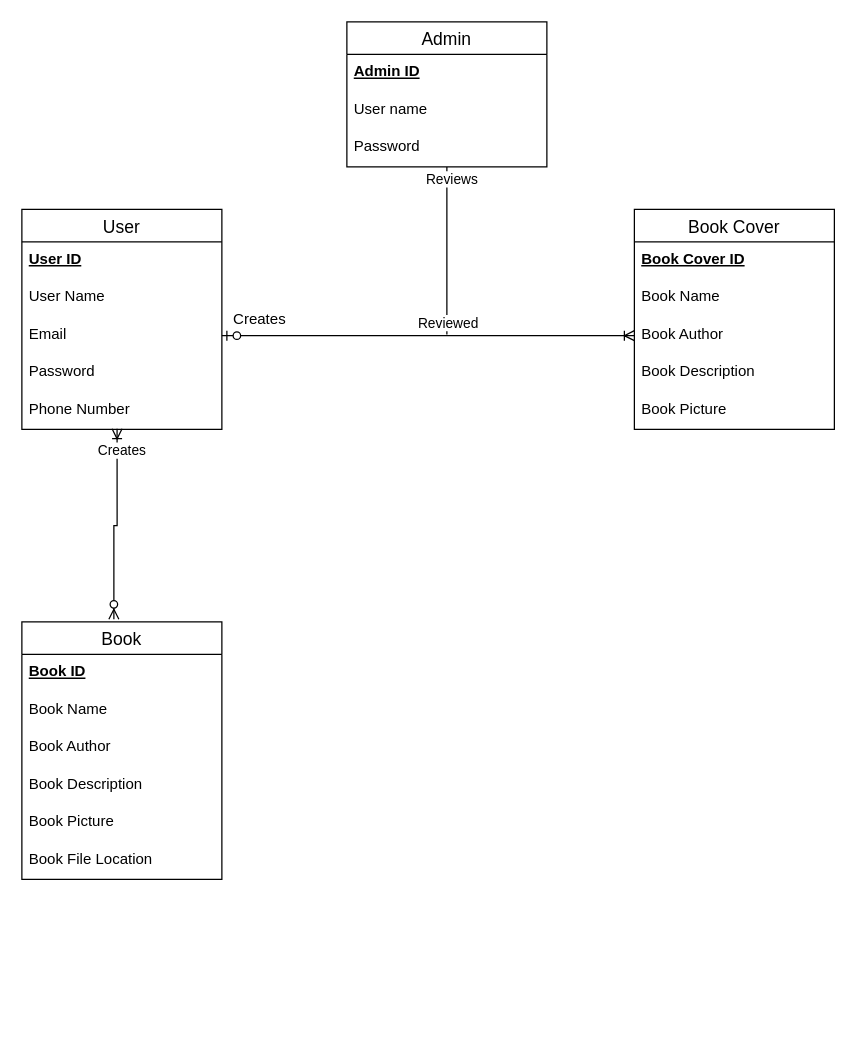
BenFSaks/CrossLibrary keeps this draw.io diagram as Untitled Diagram.drawio. Above is the earlier version. Source tidied: cells renumbered, new cells numbered last; positions are measured from the earlier drawing's top-left corner, leaving out a move shared by most shapes. Both pictures are drawn from the tidied source at 125%, with x=0, y=0 at pixel (21, 21).
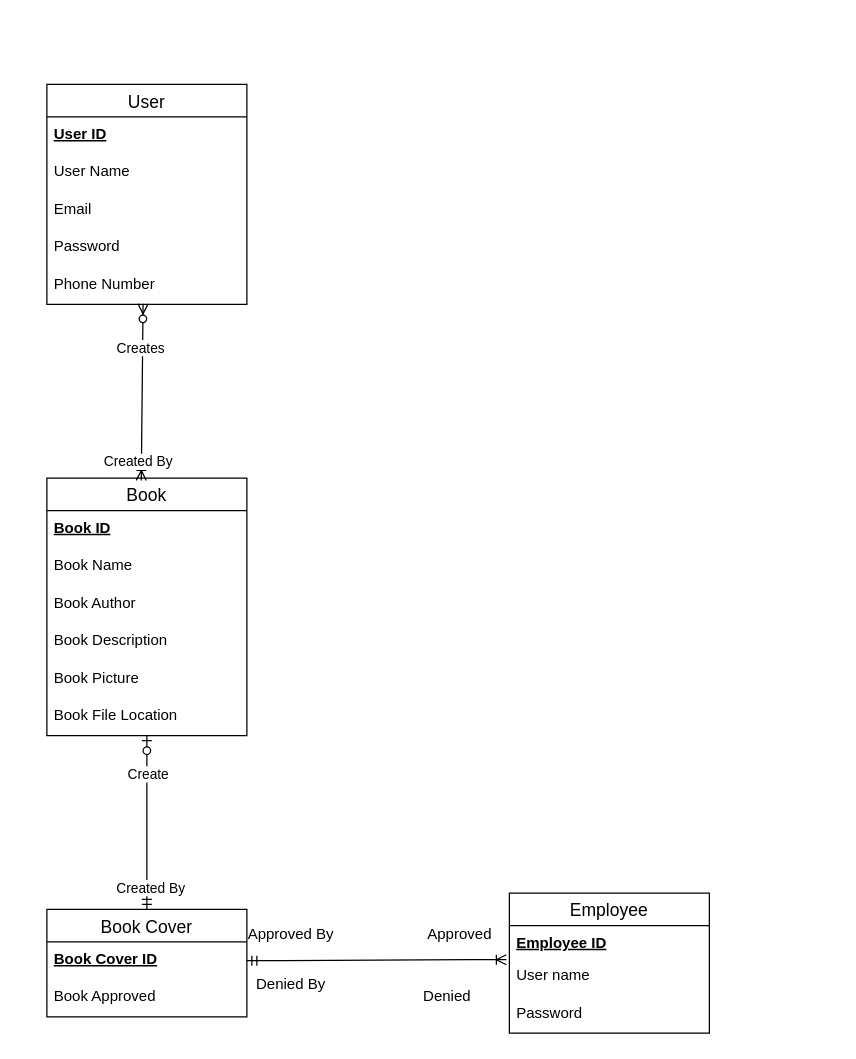
After the change.

Commit message:
Relationships added and 1 Entity Updated

Unchanged cells that the change refers to:
```xml
<mxCell id="5" value="Email" style="text;strokeColor=none;fillColor=none;spacingLeft=4;spacingRight=4;overflow=hidden;points=[[0,0.5],[1,0.5]];portConstraint=eastwest;fontSize=12;" parent="2" vertex="1">
  <mxGeometry y="86" width="160" height="30" as="geometry" />
</mxCell>
<mxCell id="7" value="Phone Number" style="text;strokeColor=none;fillColor=none;spacingLeft=4;spacingRight=4;overflow=hidden;points=[[0,0.5],[1,0.5]];portConstraint=eastwest;fontSize=12;" parent="2" vertex="1">
  <mxGeometry y="146" width="160" height="30" as="geometry" />
</mxCell>
<mxCell id="9" value="Book Cover ID" style="text;strokeColor=none;fillColor=none;spacingLeft=4;spacingRight=4;overflow=hidden;points=[[0,0.5],[1,0.5]];portConstraint=eastwest;fontSize=12;fontStyle=5;" parent="8" vertex="1">
  <mxGeometry y="26" width="160" height="30" as="geometry" />
</mxCell>
<mxCell id="20" value="Book File Location" style="text;strokeColor=none;fillColor=none;spacingLeft=4;spacingRight=4;overflow=hidden;points=[[0,0.5],[1,0.5]];portConstraint=eastwest;fontSize=12;" parent="14" vertex="1">
  <mxGeometry y="176" width="160" height="30" as="geometry" />
</mxCell>
```

Diff of the diagram source:
```diff
@@
     <mxCell id="2" value="User" style="swimlane;fontStyle=0;horizontal=1;startSize=26;align=center;fontSize=14;" parent="1" vertex="1">
-      <mxGeometry y="150" width="160" height="176" as="geometry" />
+      <mxGeometry x="20" y="50" width="160" height="176" as="geometry" />
     </mxCell>
@@
     <mxCell id="8" value="Book Cover" style="swimlane;fontStyle=0;horizontal=1;startSize=26;align=center;fontSize=14;" parent="1" vertex="1">
-      <mxGeometry x="490" y="150" width="160" height="176" as="geometry" />
+      <mxGeometry x="20" y="710" width="160" height="86" as="geometry" />
     </mxCell>
@@
-    <mxCell id="10" value="Book Name" style="text;strokeColor=none;fillColor=none;spacingLeft=4;spacingRight=4;overflow=hidden;fontSize=12;" parent="8" vertex="1">
+    <mxCell id="10" value="Book Approved" style="text;strokeColor=none;fillColor=none;spacingLeft=4;spacingRight=4;overflow=hidden;fontSize=12;" parent="8" vertex="1">
       <mxGeometry y="56" width="160" height="30" as="geometry" />
     </mxCell>
-    <mxCell id="11" value="Book Author" style="text;strokeColor=none;fillColor=none;spacingLeft=4;spacingRight=4;overflow=hidden;points=[[0,0.5],[1,0.5]];portConstraint=eastwest;fontSize=12;" parent="8" vertex="1">
-      <mxGeometry y="86" width="160" height="30" as="geometry" />
-    </mxCell>
-    <mxCell id="12" value="Book Description" style="text;strokeColor=none;fillColor=none;spacingLeft=4;spacingRight=4;overflow=hidden;fontSize=12;" parent="8" vertex="1">
-      <mxGeometry y="116" width="160" height="30" as="geometry" />
-    </mxCell>
-    <mxCell id="13" value="Book Picture" style="text;strokeColor=none;fillColor=none;spacingLeft=4;spacingRight=4;overflow=hidden;fontSize=12;" parent="8" vertex="1">
-      <mxGeometry y="146" width="160" height="30" as="geometry" />
-    </mxCell>
     <mxCell id="14" value="Book" style="swimlane;fontStyle=0;horizontal=1;startSize=26;align=center;fontSize=14;" parent="1" vertex="1">
-      <mxGeometry y="480" width="160" height="206" as="geometry" />
+      <mxGeometry x="20" y="365" width="160" height="206" as="geometry" />
     </mxCell>
@@
-    <mxCell id="21" value="Admin" style="swimlane;fontStyle=0;horizontal=1;startSize=26;align=center;fontSize=14;" parent="1" vertex="1">
-      <mxGeometry x="260" width="160" height="116" as="geometry" />
+    <mxCell id="21" value="Employee" style="swimlane;fontStyle=0;horizontal=1;startSize=26;align=center;fontSize=14;" parent="1" vertex="1">
+      <mxGeometry x="390" y="697" width="160" height="112" as="geometry" />
     </mxCell>
-    <mxCell id="22" value="Admin ID" style="text;strokeColor=none;fillColor=none;spacingLeft=4;spacingRight=4;overflow=hidden;points=[[0,0.5],[1,0.5]];portConstraint=eastwest;fontSize=12;fontStyle=5;" parent="21" vertex="1">
-      <mxGeometry y="26" width="160" height="30" as="geometry" />
+    <mxCell id="22" value="Employee ID" style="text;strokeColor=none;fillColor=none;spacingLeft=4;spacingRight=4;overflow=hidden;points=[[0,0.5],[1,0.5]];portConstraint=eastwest;fontSize=12;fontStyle=5;" parent="21" vertex="1">
+      <mxGeometry y="26" width="160" height="26" as="geometry" />
     </mxCell>
     <mxCell id="23" value="User name" style="text;strokeColor=none;fillColor=none;spacingLeft=4;spacingRight=4;overflow=hidden;fontSize=12;" parent="21" vertex="1">
-      <mxGeometry y="56" width="160" height="30" as="geometry" />
+      <mxGeometry y="52" width="160" height="30" as="geometry" />
     </mxCell>
     <mxCell id="24" value="Password" style="text;strokeColor=none;fillColor=none;spacingLeft=4;spacingRight=4;overflow=hidden;points=[[0,0.5],[1,0.5]];portConstraint=eastwest;fontSize=12;" parent="21" vertex="1">
-      <mxGeometry y="86" width="160" height="30" as="geometry" />
+      <mxGeometry y="82" width="160" height="30" as="geometry" />
     </mxCell>
-    <mxCell id="25" style="edgeStyle=entityRelationEdgeStyle;fontSize=12;html=1;endArrow=ERoneToMany;startArrow=ERzeroToOne;rounded=0;exitX=1;exitY=0.5;exitDx=0;exitDy=0;entryX=0;entryY=0.5;entryDx=0;entryDy=0;" parent="1" edge="1" source="5" target="11">
-      <mxGeometry relative="1" as="geometry" />
-    </mxCell>
-    <mxCell id="26" value="Creates" style="text;html=1;align=center;verticalAlign=middle;strokeColor=none;fillColor=none;" parent="1" vertex="1">
-      <mxGeometry x="160" y="228" width="60" height="20" as="geometry" />
-    </mxCell>
-    <mxCell id="27" style="edgeStyle=orthogonalEdgeStyle;fontSize=12;html=1;endArrow=ERoneToMany;startArrow=ERzeroToMany;rounded=0;entryX=0.476;entryY=0.983;entryDx=0;entryDy=0;entryPerimeter=0;exitX=0.46;exitY=-0.01;exitDx=0;exitDy=0;exitPerimeter=0;" parent="1" edge="1" source="14" target="7">
+    <mxCell id="27" style="fontSize=12;html=1;endArrow=ERoneToMany;startArrow=ERzeroToMany;rounded=0;entryX=0.472;entryY=0.009;entryDx=0;entryDy=0;entryPerimeter=0;exitX=0.481;exitY=0.986;exitDx=0;exitDy=0;exitPerimeter=0;" parent="1" edge="1" source="7" target="14">
       <mxGeometry relative="1" as="geometry" />
     </mxCell>
-    <mxCell id="28" value="Creates" style="edgeLabel;html=1;align=center;verticalAlign=middle;" parent="27" vertex="1">
+    <mxCell id="28" value="Created By" style="edgeLabel;html=1;align=center;verticalAlign=middle;" parent="27" vertex="1">
       <mxGeometry x="0.78" y="-3" relative="1" as="geometry" />
     </mxCell>
-    <mxCell id="29" style="edgeStyle=orthogonalEdgeStyle;fontSize=12;html=1;endArrow=ERone;endFill=1;rounded=0;" parent="1" edge="1" source="24">
-      <mxGeometry relative="1" as="geometry">
-        <mxPoint x="340" y="250" as="targetPoint" />
-        <Array as="points">
-          <mxPoint x="340" y="160" />
-          <mxPoint x="340" y="160" />
-        </Array>
-      </mxGeometry>
-    </mxCell>
-    <mxCell id="30" value="Reviews" style="edgeLabel;html=1;align=center;verticalAlign=middle;" parent="29" vertex="1">
-      <mxGeometry x="-0.86" y="3" relative="1" as="geometry" />
-    </mxCell>
-    <mxCell id="31" value="Reviewed" style="edgeLabel;html=1;align=center;verticalAlign=middle;" parent="29" vertex="1">
-      <mxGeometry x="0.85" relative="1" as="geometry" />
-    </mxCell>
+    <mxCell id="26" value="Creates" style="edgeLabel;html=1;align=center;verticalAlign=middle;" parent="27" vertex="1">
+      <mxGeometry x="-0.51" y="-2" relative="1" as="geometry" />
+    </mxCell>
+    <mxCell id="32" style="fontSize=12;html=1;endArrow=ERzeroToOne;startArrow=ERmandOne;rounded=0;exitX=0.5;exitY=0;exitDx=0;exitDy=0;" parent="1" edge="1" source="8" target="20">
+      <mxGeometry relative="1" as="geometry" />
+    </mxCell>
+    <mxCell id="33" value="Create" style="edgeLabel;html=1;align=center;verticalAlign=middle;" parent="32" vertex="1">
+      <mxGeometry x="0.57" relative="1" as="geometry" />
+    </mxCell>
+    <mxCell id="34" value="Created By" style="edgeLabel;html=1;align=center;verticalAlign=middle;" parent="32" vertex="1">
+      <mxGeometry x="-0.74" y="-2" relative="1" as="geometry" />
+    </mxCell>
+    <mxCell id="35" style="edgeStyle=entityRelationEdgeStyle;fontSize=12;html=1;endArrow=ERoneToMany;startArrow=ERmandOne;rounded=0;exitX=1;exitY=0.5;exitDx=0;exitDy=0;entryX=-0.015;entryY=1.049;entryDx=0;entryDy=0;entryPerimeter=0;" parent="1" edge="1" source="9" target="22">
+      <mxGeometry relative="1" as="geometry" />
+    </mxCell>
+    <mxCell id="36" value="Denied" style="text;html=1;align=center;verticalAlign=middle;strokeColor=none;fillColor=none;" parent="1" vertex="1">
+      <mxGeometry x="315" y="770" width="50" height="20" as="geometry" />
+    </mxCell>
+    <mxCell id="37" value="Approved" style="text;html=1;align=center;verticalAlign=middle;strokeColor=none;fillColor=none;" parent="1" vertex="1">
+      <mxGeometry x="315" y="720" width="70" height="20" as="geometry" />
+    </mxCell>
+    <mxCell id="38" value="Denied By" style="text;html=1;align=center;verticalAlign=middle;strokeColor=none;fillColor=none;" parent="1" vertex="1">
+      <mxGeometry x="180" y="760" width="70" height="20" as="geometry" />
+    </mxCell>
+    <mxCell id="39" value="Approved By" style="text;html=1;align=center;verticalAlign=middle;strokeColor=none;fillColor=none;" parent="1" vertex="1">
+      <mxGeometry x="175" y="720" width="80" height="20" as="geometry" />
+    </mxCell>
```
